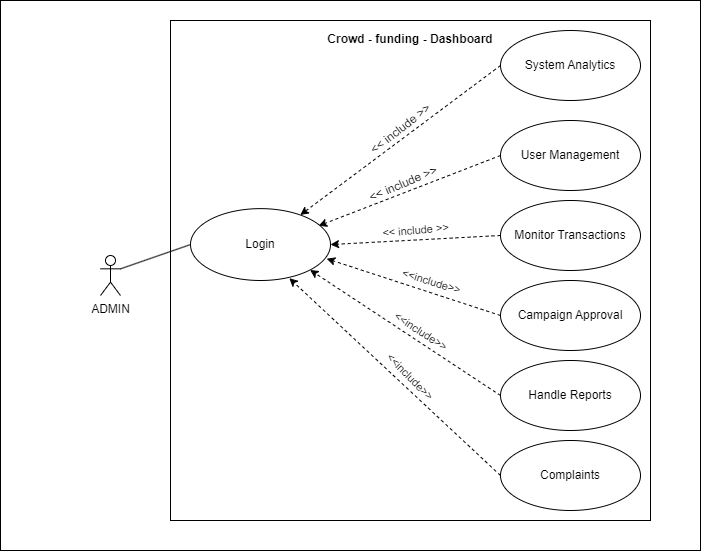
This is USER.drawio.png from nhathao19/Crowdfunding-platform, a draw.io export, as it was before one commit. Source tidied: cells renumbered, new cells last; positions are measured from the earlier drawing's top-left corner, leaving out a move shared by most shapes.
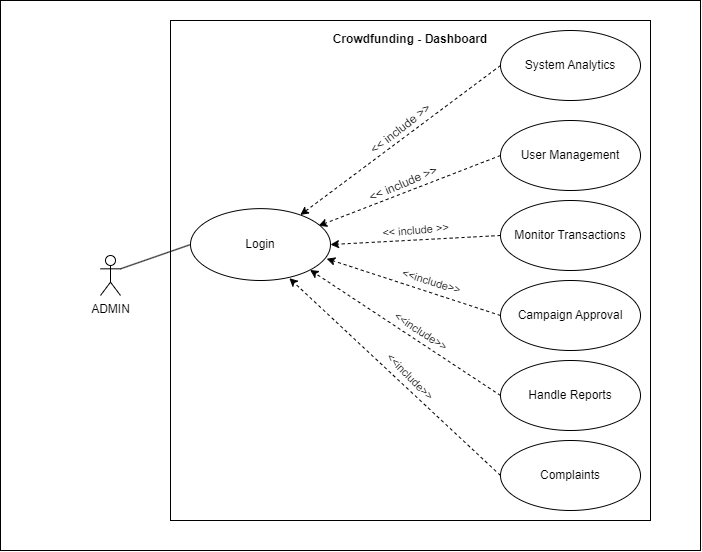
The same file after the commit.

Commit message:
Cập nhật USER.drawio.png

What changed in the source:
```diff
@@ -5,7 +5,7 @@
     <mxCell id="2" style="rounded=0;whiteSpace=wrap;html=1;rotation=0;strokeWidth=1;perimeterSpacing=0;align=center;horizontal=1;verticalAlign=top;fontSize=12;spacing=-10;labelBackgroundColor=none;" parent="1" vertex="1">
       <mxGeometry width="700" height="550" as="geometry" />
     </mxCell>
-    <mxCell id="3" value="&lt;h4 style=&quot;line-height: 12px;&quot;&gt;&lt;font style=&quot;font-size: 12px;&quot;&gt;Crowd - funding - Dashboard&lt;/font&gt;&lt;/h4&gt;" style="rounded=0;whiteSpace=wrap;html=1;verticalAlign=top;horizontal=1;spacing=-8;labelBackgroundColor=none;" parent="1" vertex="1">
+    <mxCell id="3" value="&lt;h4 style=&quot;line-height: 12px;&quot;&gt;&lt;font style=&quot;font-size: 12px;&quot;&gt;Crowdfunding - Dashboard&lt;/font&gt;&lt;/h4&gt;" style="rounded=0;whiteSpace=wrap;html=1;verticalAlign=top;horizontal=1;spacing=-8;labelBackgroundColor=none;" parent="1" vertex="1">
       <mxGeometry x="170" y="20" width="480" height="500" as="geometry" />
     </mxCell>
     <mxCell id="4" value="Monitor Transactions" style="ellipse;whiteSpace=wrap;html=1;labelBackgroundColor=none;" parent="1" vertex="1">
```
